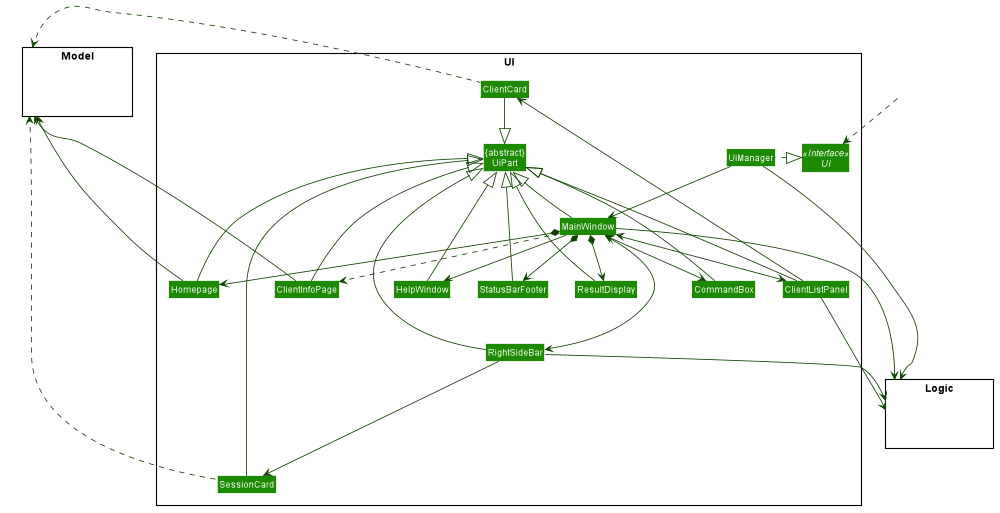
This is docs/images/UiClassDiagram.png from tanweijie123/tp, a PlantUML export, as it was before one commit.
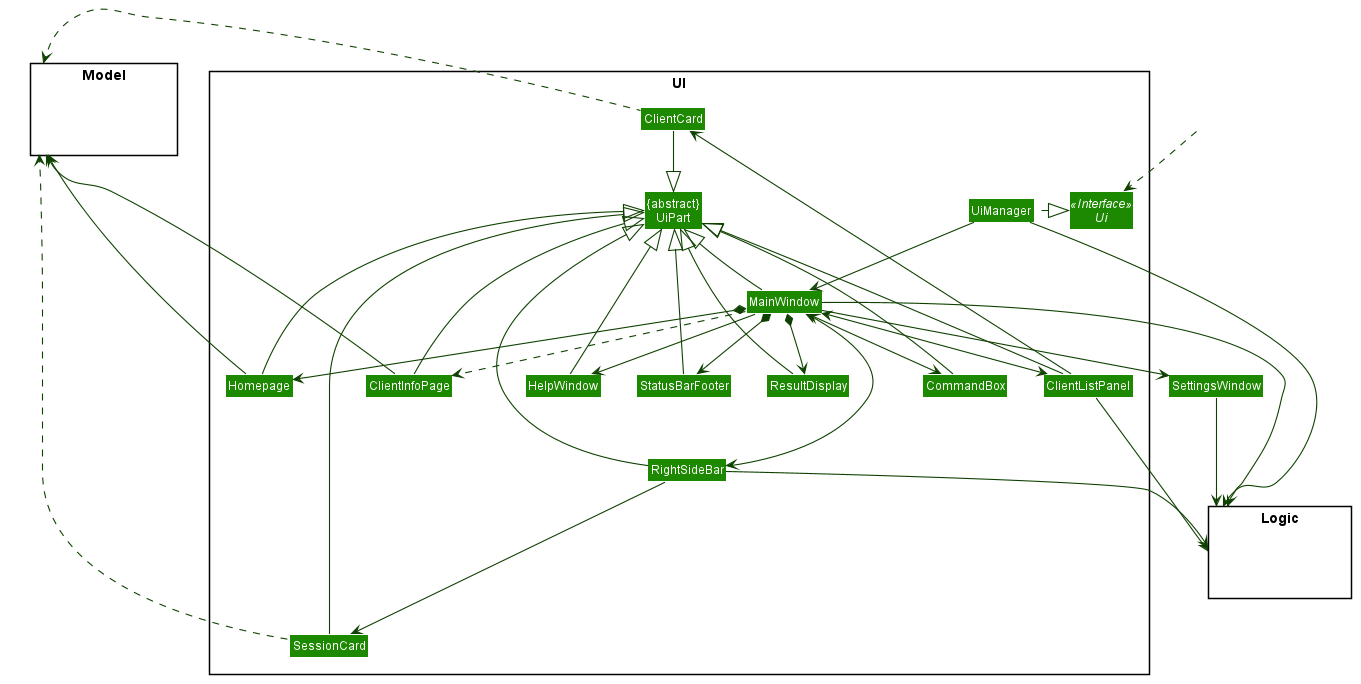
After the commit.

Commit message:
Update Ui diagram for Settings window and Architecture Sequence Diagram

Change to the diagram source:
```diff
@@ -87,10 +87,12 @@
 MainWindow --> Logic
 ClientListPanel --> Logic
 RightSideBar --> Logic
+SettingsWindow --> Logic
 
 UiManager .left.|> Ui
 UiManager -down-> MainWindow
 MainWindow --> HelpWindow
+MainWindow --> SettingsWindow
 MainWindow <-down-> CommandBox
 MainWindow *-down-> ResultDisplay
 MainWindow <-down-> ClientListPanel
```
